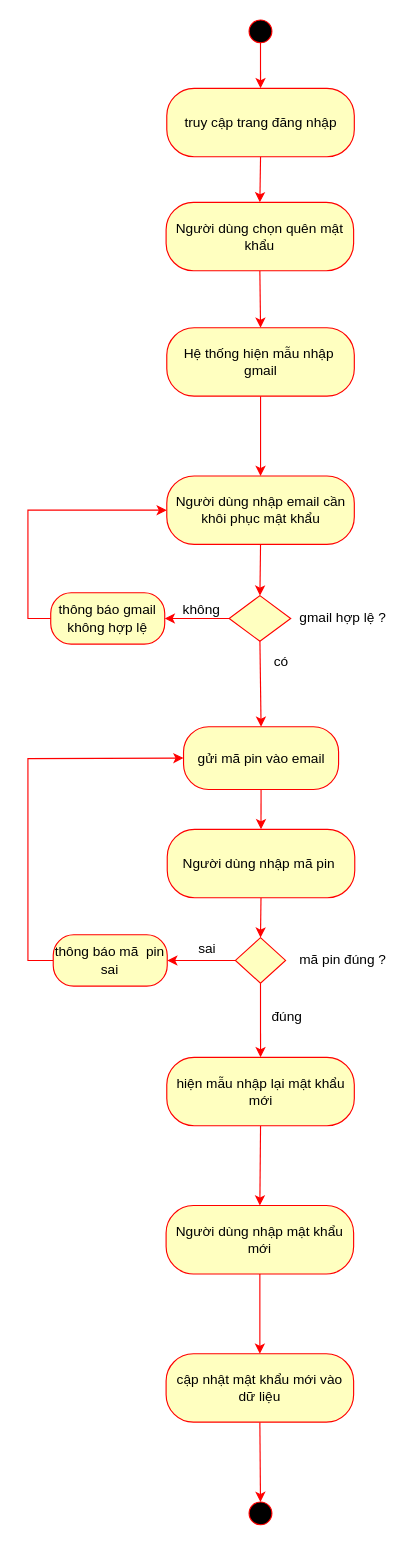
Above: Nam3_HK1/CNPM_SoftTech/Activity Diagrams/Quân Huỳnh/AD_QuênMậtKhẩu.drawio in EdgarIgnite16/SGU-Course (draw.io), before the change. Source tidied: cells renumbered, new cells numbered last; positions are measured from the earlier drawing's top-left corner, leaving out a move shared by most shapes. Both pictures are drawn from the tidied source at 114%, with x=0, y=0 at pixel (27, 19).
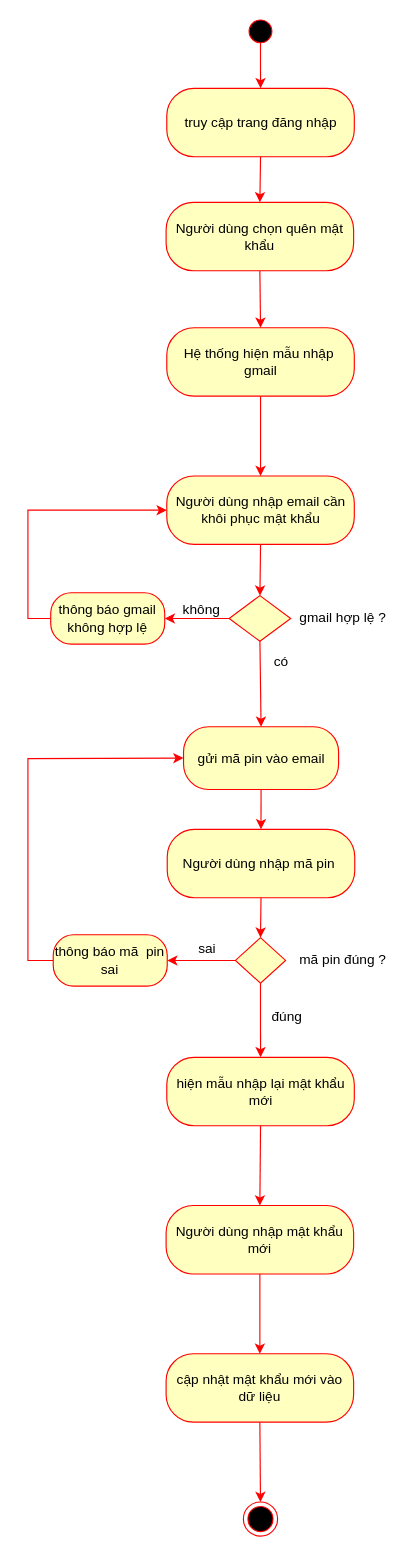
The same page after the edit.

Unchanged cells that the change refers to:
```xml
<mxCell id="38" value="cập nhật mật khẩu mới vào dữ liệu" style="rounded=1;whiteSpace=wrap;html=1;arcSize=40;fontColor=#000000;fillColor=#FFFFC0;strokeColor=#ff0000;" parent="1" vertex="1">
  <mxGeometry x="121.2" y="1170" width="164.5" height="60" as="geometry" />
</mxCell>
```

What changed in the source:
```diff
@@
-    <mxCell id="23" style="endArrow=classic;html=1;rounded=0;exitX=0.5;exitY=1;exitDx=0;exitDy=0;fillColor=#fff2cc;strokeColor=#FF0000;entryX=0.5;entryY=0;entryDx=0;entryDy=0;" parent="1" edge="1" source="38" target="24">
+    <mxCell id="23" style="endArrow=classic;html=1;rounded=0;exitX=0.5;exitY=1;exitDx=0;exitDy=0;fillColor=#fff2cc;strokeColor=#FF0000;" parent="1" edge="1" source="38" target="39">
       <mxGeometry relative="1" as="geometry" />
     </mxCell>
-    <mxCell id="24" style="ellipse;whiteSpace=wrap;html=1;fillColor=#000000;strokeColor=#FF0000;" parent="1" vertex="1">
-      <mxGeometry x="194" y="1300" width="20" height="20" as="geometry" />
-    </mxCell>
@@
+    <mxCell id="39" style="ellipse;html=1;shape=endState;fillColor=#000000;strokeColor=#ff0000;" parent="1" vertex="1">
+      <mxGeometry x="189" y="1300" width="30" height="30" as="geometry" />
+    </mxCell>
```
